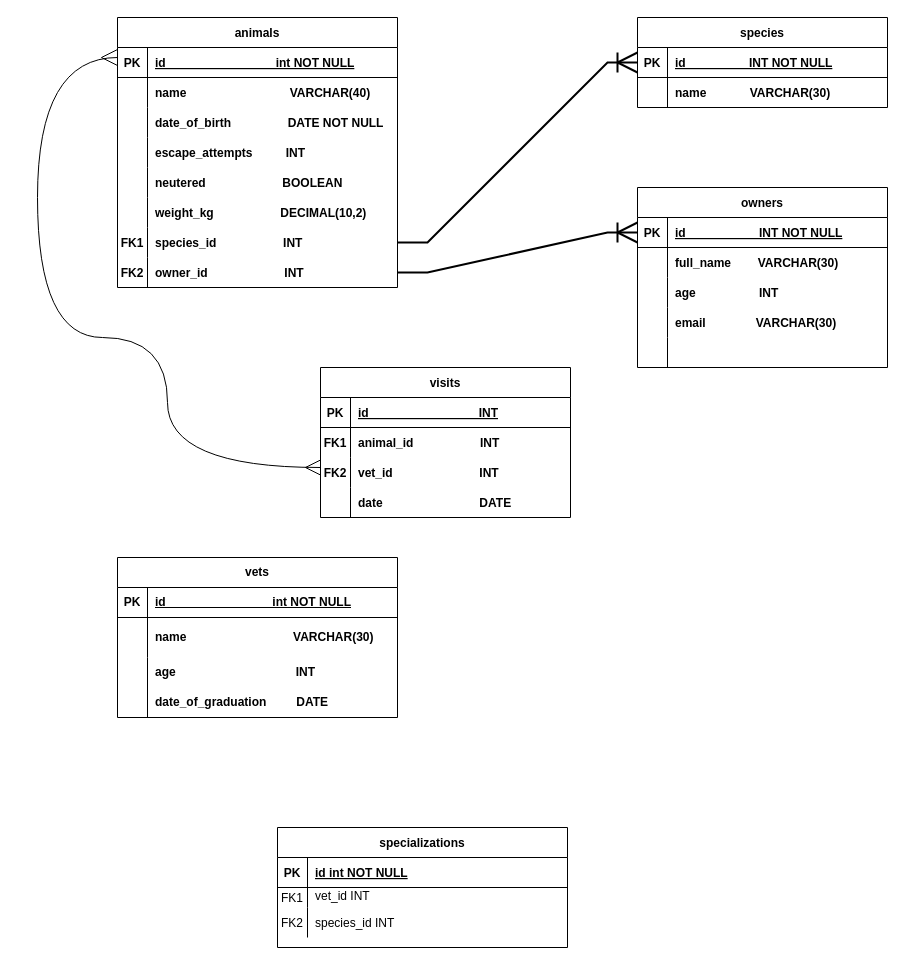
The draw.io diagram Untitled Diagram.drawio in mpa-mxiang/vet-clinic, before the edit. Source tidied: cells renumbered, new cells numbered last; positions are measured from the earlier drawing's top-left corner, leaving out a move shared by most shapes. Both pictures are drawn from the tidied source at 100%, with x=0, y=0 at pixel (37, 17).
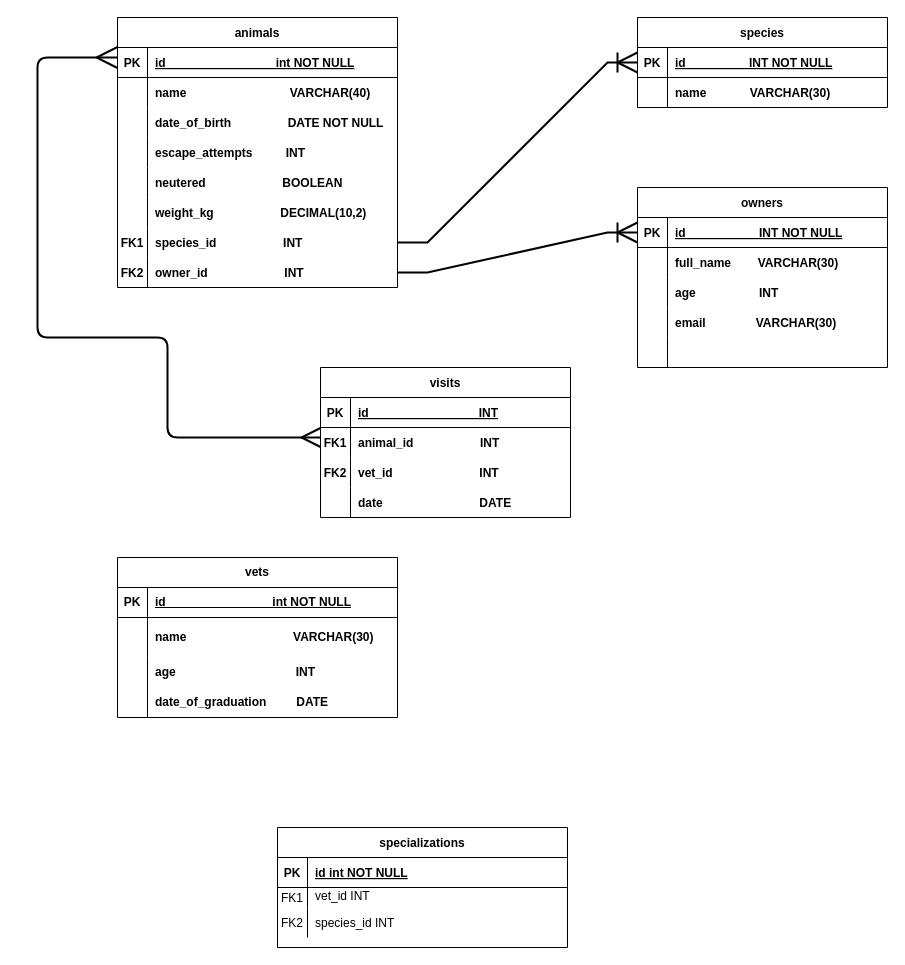
After the change.

Commit message:
manay to many done with animals and visits

The change refers to these unchanged cells:
```xml
<mxCell id="64" style="shape=partialRectangle;fillColor=none;points=[[0,0.5],[1,0.5]];portConstraint=eastwest;top=0;left=0;right=0;bottom=0;" parent="60" vertex="1">
  <mxGeometry y="60" width="250" height="30" as="geometry" />
</mxCell>
```

What changed in the source:
```diff
@@
-    <mxCell id="89" style="edgeStyle=orthogonalEdgeStyle;fontSize=12;html=1;endArrow=ERmany;startArrow=ERmany;rounded=0;endSize=14;startSize=13;exitX=0;exitY=0.5;exitDx=0;exitDy=0;entryX=0;entryY=0.5;entryDx=0;entryDy=0;curved=1;" parent="1" edge="1">
+    <mxCell id="89" style="edgeStyle=orthogonalEdgeStyle;fontSize=12;html=1;endArrow=ERmany;startArrow=ERmany;rounded=1;endSize=18;startSize=16;entryX=0;entryY=0.5;entryDx=0;entryDy=0;strokeWidth=2;" parent="1" edge="1" source="64">
       <mxGeometry relative="1" as="geometry">
-        <mxPoint x="283" y="450" as="sourcePoint" />
         <mxPoint x="80" y="40" as="targetPoint" />
         <Array as="points">
-          <mxPoint x="130" y="450" />
+          <mxPoint x="130" y="420" />
           <mxPoint x="130" y="320" />
           <mxPoint y="320" />
           <mxPoint y="40" />
         </Array>
       </mxGeometry>
     </mxCell>
```
